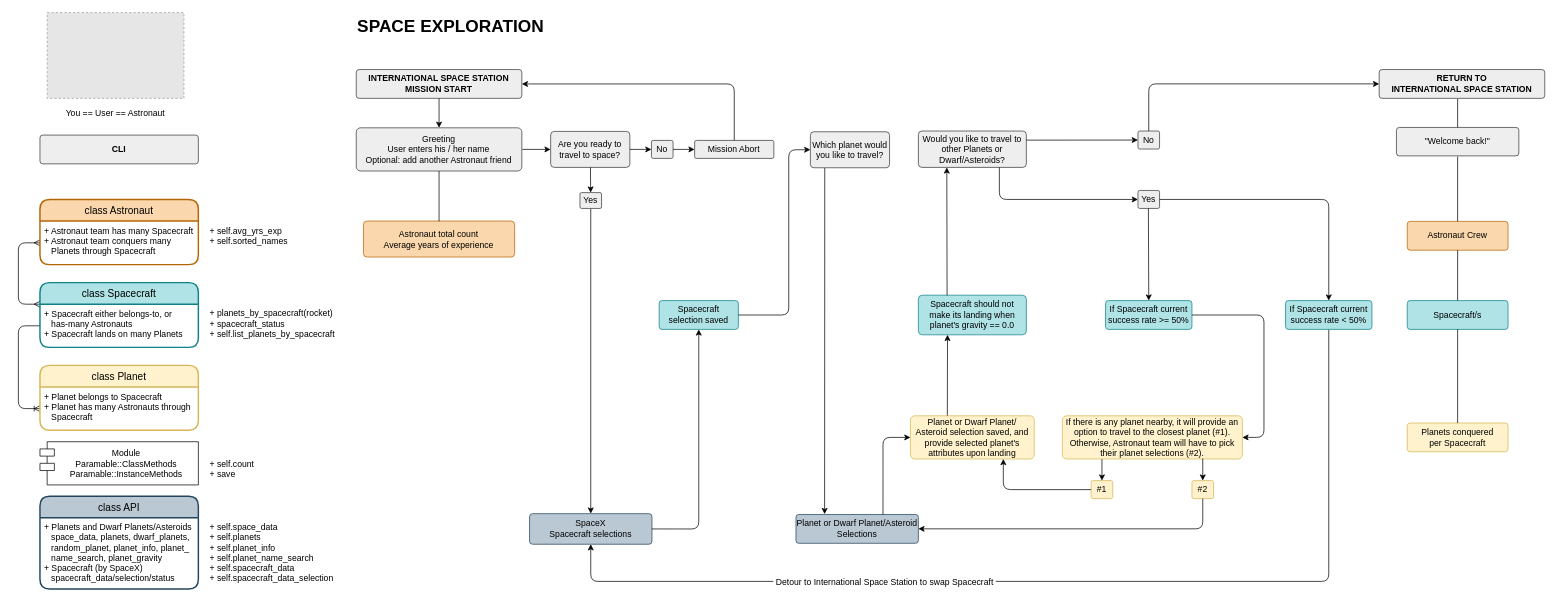
fentybit/CLISpaceExploration keeps this draw.io diagram as Space-Exp Diagram.drawio. Above is the earlier version. Source tidied: cells renumbered, new cells numbered last; positions are measured from the earlier drawing's top-left corner, leaving out a move shared by most shapes. Both pictures are drawn from the tidied source at 72%, with x=0, y=0 at pixel (18, 12). Pictures stored in the file or linked from it are replaced by grey dashed boxes.
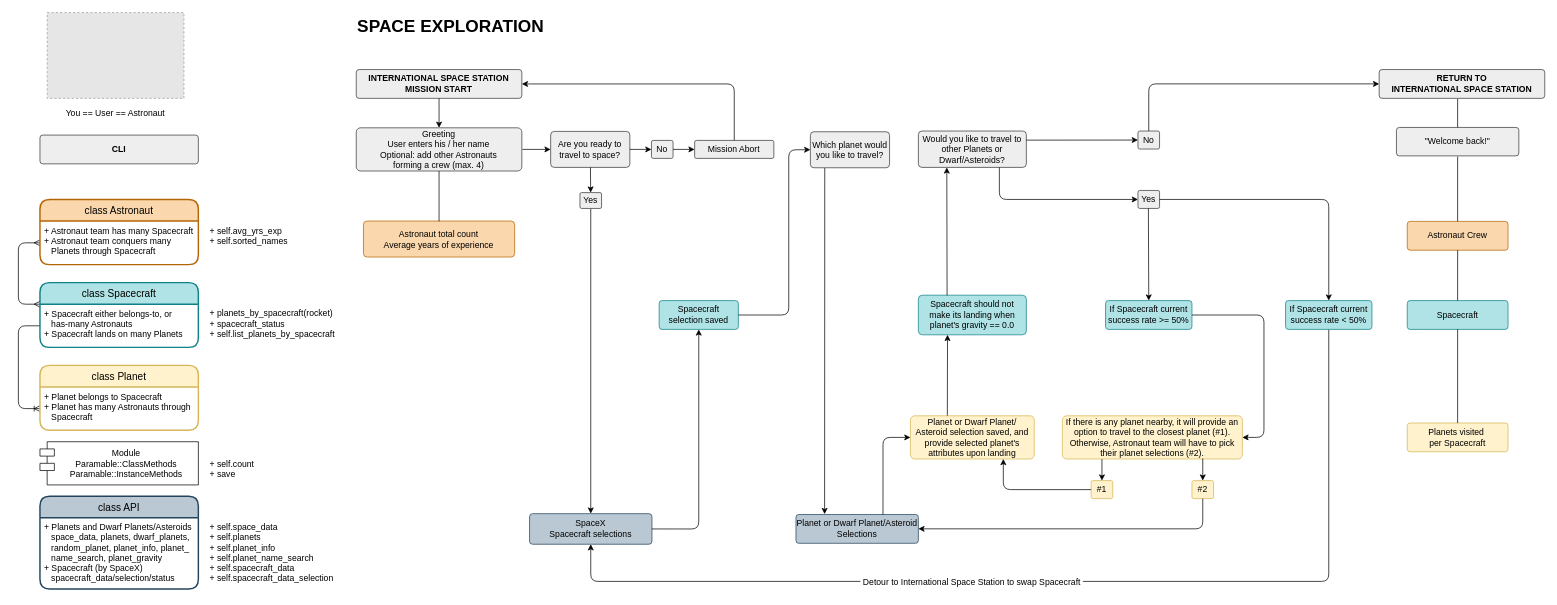
The same diagram, later.

Commit message (it also covers changes not shown here):
CLI and Astronaut class updates

Unchanged cells that the change refers to:
```xml
<mxCell id="14" style="edgeStyle=elbowEdgeStyle;elbow=vertical;endArrow=classic;html=1;entryX=0.5;entryY=1;entryDx=0;entryDy=0;exitX=0.5;exitY=1;exitDx=0;exitDy=0;" parent="1" edge="1" source="73" target="7">
  <mxGeometry relative="1" as="geometry">
    <Array as="points">
      <mxPoint x="1370" y="790" />
      <mxPoint x="1320" y="780" />
      <mxPoint x="1150" y="800" />
      <mxPoint x="930" y="595" />
      <mxPoint x="1080" y="678" />
    </Array>
  </mxGeometry>
</mxCell>
```

Change to the diagram source:
```diff
@@
     <mxCell id="15" value="&amp;nbsp;Detour to International Space Station to swap Spacecraft&amp;nbsp;" style="edgeLabel;html=1;align=center;verticalAlign=middle;fontSize=12;" parent="14" vertex="1">
       <mxGeometry x="0.54" y="2" relative="1" as="geometry">
-        <mxPoint x="130" y="-2" as="offset" />
+        <mxPoint x="251.7" y="-2" as="offset" />
       </mxGeometry>
     </mxCell>
@@
-    <mxCell id="21" value="Greeting&lt;br&gt;User enters his / her name&lt;br&gt;Optional: add another Astronaut friend" style="rounded=1;arcSize=10;whiteSpace=wrap;html=1;align=center;fillColor=#eeeeee;strokeColor=#36393d;" parent="1" vertex="1">
+    <mxCell id="21" value="Greeting&lt;br&gt;User enters his / her name&lt;br&gt;Optional: add other Astronauts &lt;br&gt;forming a crew (max. 4)" style="rounded=1;arcSize=10;whiteSpace=wrap;html=1;align=center;fillColor=#eeeeee;strokeColor=#36393d;" parent="1" vertex="1">
       <mxGeometry x="469.3" y="160" width="230" height="60" as="geometry" />
     </mxCell>
@@
-    <mxCell id="45" value="Spacecraft/s" style="rounded=1;arcSize=10;whiteSpace=wrap;html=1;align=center;fillColor=#b0e3e6;strokeColor=#0e8088;" parent="1" vertex="1">
+    <mxCell id="45" value="Spacecraft" style="rounded=1;arcSize=10;whiteSpace=wrap;html=1;align=center;fillColor=#b0e3e6;strokeColor=#0e8088;" parent="1" vertex="1">
       <mxGeometry x="1929" y="400" width="140" height="40" as="geometry" />
     </mxCell>
-    <mxCell id="46" value="Planets conquered &lt;br&gt;per Spacecraft" style="rounded=1;arcSize=10;whiteSpace=wrap;html=1;align=center;fillColor=#fff2cc;strokeColor=#d6b656;" parent="1" vertex="1">
+    <mxCell id="46" value="Planets visited&amp;nbsp;&lt;br&gt;per Spacecraft" style="rounded=1;arcSize=10;whiteSpace=wrap;html=1;align=center;fillColor=#fff2cc;strokeColor=#d6b656;" parent="1" vertex="1">
       <mxGeometry x="1929" y="570" width="140" height="40" as="geometry" />
     </mxCell>
```
